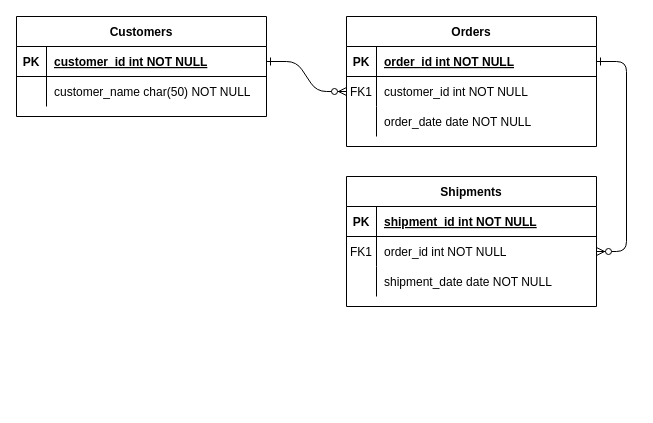
Earlier version of the draw.io diagram src/main/resources/Untitled Diagram.drawio (IgiranezaMichel/gold-mining-app-backend). Source tidied: cells renumbered, new cells numbered last; positions are measured from the earlier drawing's top-left corner, leaving out a move shared by most shapes. Both pictures are drawn from the tidied source at 100%, with x=0, y=0 at pixel (16, 16).
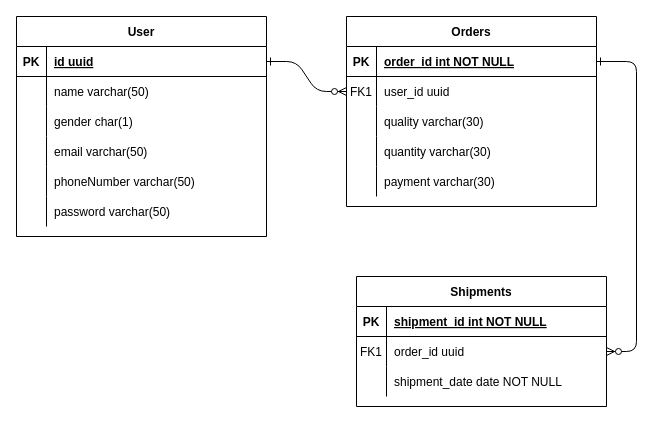
The same diagram, later.

Commit message:
add basic entities

The change refers to these unchanged cells:
```xml
<mxCell id="8" style="shape=partialRectangle;fillColor=none;points=[[0,0.5],[1,0.5]];portConstraint=eastwest;top=0;left=0;right=0;bottom=0;" parent="4" vertex="1">
  <mxGeometry y="60" width="250" height="30" as="geometry" />
</mxCell>
<mxCell id="11" style="shape=partialRectangle;fillColor=none;top=0;left=0;right=0;bottom=0;" parent="4" vertex="1">
  <mxGeometry y="90" width="250" height="30" as="geometry" />
</mxCell>
<mxCell id="18" style="shape=partialRectangle;fillColor=none;points=[[0,0.5],[1,0.5]];portConstraint=eastwest;top=0;left=0;right=0;bottom=0;" parent="14" vertex="1">
  <mxGeometry y="60" width="250" height="30" as="geometry" />
</mxCell>
<mxCell id="25" style="shape=partialRectangle;fillColor=none;points=[[0,0.5],[1,0.5]];portConstraint=eastwest;top=0;left=0;right=0;bottom=1;" parent="24" vertex="1">
  <mxGeometry y="30" width="250" height="30" as="geometry" />
</mxCell>
```

The edit, as a diff of the source:
```diff
@@
     <mxCell id="4" value="Orders" style="shape=table;startSize=30;childLayout=tableLayout;rowLines=0;fontStyle=1;align=center;" parent="1" vertex="1">
-      <mxGeometry x="330" width="250" height="130" as="geometry" />
+      <mxGeometry x="330" width="250" height="190" as="geometry" />
     </mxCell>
@@
-    <mxCell id="10" value="customer_id int NOT NULL" style="shape=partialRectangle;overflow=hidden;fillColor=none;top=0;left=0;bottom=0;right=0;align=left;spacingLeft=6;" parent="8" vertex="1">
+    <mxCell id="10" value="user_id uuid" style="shape=partialRectangle;overflow=hidden;fillColor=none;top=0;left=0;bottom=0;right=0;align=left;spacingLeft=6;" parent="8" vertex="1">
       <mxGeometry x="30" width="220" height="30" as="geometry" />
     </mxCell>
@@
-    <mxCell id="13" value="order_date date NOT NULL" style="shape=partialRectangle;overflow=hidden;fillColor=none;top=0;left=0;bottom=0;right=0;align=left;spacingLeft=6;" parent="11" vertex="1">
+    <mxCell id="13" value="quality varchar(30)" style="shape=partialRectangle;overflow=hidden;fillColor=none;top=0;left=0;bottom=0;right=0;align=left;spacingLeft=6;" parent="11" vertex="1">
       <mxGeometry x="30" width="220" height="30" as="geometry" />
     </mxCell>
+    <mxCell id="31" style="shape=partialRectangle;fillColor=none;top=0;left=0;right=0;bottom=0;" parent="4" vertex="1">
+      <mxGeometry y="120" width="250" height="30" as="geometry" />
+    </mxCell>
+    <mxCell id="32" style="shape=partialRectangle;overflow=hidden;fillColor=none;top=0;left=0;bottom=0;right=0;" parent="31" vertex="1">
+      <mxGeometry width="30" height="30" as="geometry" />
+    </mxCell>
+    <mxCell id="33" value="quantity varchar(30)" style="shape=partialRectangle;overflow=hidden;fillColor=none;top=0;left=0;bottom=0;right=0;align=left;spacingLeft=6;" parent="31" vertex="1">
+      <mxGeometry x="30" width="220" height="30" as="geometry" />
+    </mxCell>
+    <mxCell id="34" style="shape=partialRectangle;fillColor=none;top=0;left=0;right=0;bottom=0;" parent="4" vertex="1">
+      <mxGeometry y="150" width="250" height="30" as="geometry" />
+    </mxCell>
+    <mxCell id="35" style="shape=partialRectangle;overflow=hidden;fillColor=none;top=0;left=0;bottom=0;right=0;" parent="34" vertex="1">
+      <mxGeometry width="30" height="30" as="geometry" />
+    </mxCell>
+    <mxCell id="36" value="payment varchar(30)" style="shape=partialRectangle;overflow=hidden;fillColor=none;top=0;left=0;bottom=0;right=0;align=left;spacingLeft=6;" parent="34" vertex="1">
+      <mxGeometry x="30" width="220" height="30" as="geometry" />
+    </mxCell>
     <mxCell id="14" value="Shipments" style="shape=table;startSize=30;childLayout=tableLayout;rowLines=0;fontStyle=1;align=center;" parent="1" vertex="1">
-      <mxGeometry x="330" y="160" width="250" height="130" as="geometry" />
+      <mxGeometry x="340" y="260" width="250" height="130" as="geometry" />
     </mxCell>
@@
-    <mxCell id="20" value="order_id int NOT NULL" style="shape=partialRectangle;overflow=hidden;fillColor=none;top=0;left=0;bottom=0;right=0;align=left;spacingLeft=6;" parent="18" vertex="1">
+    <mxCell id="20" value="order_id uuid" style="shape=partialRectangle;overflow=hidden;fillColor=none;top=0;left=0;bottom=0;right=0;align=left;spacingLeft=6;" parent="18" vertex="1">
       <mxGeometry x="30" width="220" height="30" as="geometry" />
     </mxCell>
@@
-    <mxCell id="24" value="Customers" style="shape=table;startSize=30;childLayout=tableLayout;rowLines=0;fontStyle=1;align=center;" parent="1" vertex="1">
-      <mxGeometry width="250" height="100" as="geometry" />
+    <mxCell id="24" value="User" style="shape=table;startSize=30;childLayout=tableLayout;rowLines=0;fontStyle=1;align=center;" parent="1" vertex="1">
+      <mxGeometry width="250" height="220" as="geometry" />
     </mxCell>
@@
-    <mxCell id="27" value="customer_id int NOT NULL " style="shape=partialRectangle;overflow=hidden;fillColor=none;top=0;left=0;bottom=0;right=0;align=left;spacingLeft=6;fontStyle=5;" parent="25" vertex="1">
+    <mxCell id="27" value="id uuid" style="shape=partialRectangle;overflow=hidden;fillColor=none;top=0;left=0;bottom=0;right=0;align=left;spacingLeft=6;fontStyle=5;" parent="25" vertex="1">
       <mxGeometry x="30" width="220" height="30" as="geometry" />
     </mxCell>
+    <mxCell id="37" style="shape=partialRectangle;fillColor=none;top=0;left=0;right=0;bottom=0;" parent="24" vertex="1">
+      <mxGeometry y="60" width="250" height="30" as="geometry" />
+    </mxCell>
+    <mxCell id="38" style="shape=partialRectangle;overflow=hidden;fillColor=none;top=0;left=0;bottom=0;right=0;" parent="37" vertex="1">
+      <mxGeometry width="30" height="30" as="geometry" />
+    </mxCell>
+    <mxCell id="39" value="name varchar(50)" style="shape=partialRectangle;overflow=hidden;fillColor=none;top=0;left=0;bottom=0;right=0;align=left;spacingLeft=6;" parent="37" vertex="1">
+      <mxGeometry x="30" width="220" height="30" as="geometry" />
+    </mxCell>
+    <mxCell id="40" style="shape=partialRectangle;fillColor=none;top=0;left=0;right=0;bottom=0;" parent="24" vertex="1">
+      <mxGeometry y="90" width="250" height="30" as="geometry" />
+    </mxCell>
+    <mxCell id="41" style="shape=partialRectangle;overflow=hidden;fillColor=none;top=0;left=0;bottom=0;right=0;" parent="40" vertex="1">
+      <mxGeometry width="30" height="30" as="geometry" />
+    </mxCell>
+    <mxCell id="42" value="gender char(1)" style="shape=partialRectangle;overflow=hidden;fillColor=none;top=0;left=0;bottom=0;right=0;align=left;spacingLeft=6;" parent="40" vertex="1">
+      <mxGeometry x="30" width="220" height="30" as="geometry" />
+    </mxCell>
+    <mxCell id="43" style="shape=partialRectangle;fillColor=none;top=0;left=0;right=0;bottom=0;" parent="24" vertex="1">
+      <mxGeometry y="120" width="250" height="30" as="geometry" />
+    </mxCell>
+    <mxCell id="44" style="shape=partialRectangle;overflow=hidden;fillColor=none;top=0;left=0;bottom=0;right=0;" parent="43" vertex="1">
+      <mxGeometry width="30" height="30" as="geometry" />
+    </mxCell>
+    <mxCell id="45" value="email varchar(50)" style="shape=partialRectangle;overflow=hidden;fillColor=none;top=0;left=0;bottom=0;right=0;align=left;spacingLeft=6;" parent="43" vertex="1">
+      <mxGeometry x="30" width="220" height="30" as="geometry" />
+    </mxCell>
+    <mxCell id="46" style="shape=partialRectangle;fillColor=none;top=0;left=0;right=0;bottom=0;" parent="24" vertex="1">
+      <mxGeometry y="150" width="250" height="30" as="geometry" />
+    </mxCell>
+    <mxCell id="47" style="shape=partialRectangle;overflow=hidden;fillColor=none;top=0;left=0;bottom=0;right=0;" parent="46" vertex="1">
+      <mxGeometry width="30" height="30" as="geometry" />
+    </mxCell>
+    <mxCell id="48" value="phoneNumber varchar(50)" style="shape=partialRectangle;overflow=hidden;fillColor=none;top=0;left=0;bottom=0;right=0;align=left;spacingLeft=6;" parent="46" vertex="1">
+      <mxGeometry x="30" width="220" height="30" as="geometry" />
+    </mxCell>
     <mxCell id="28" style="shape=partialRectangle;fillColor=none;top=0;left=0;right=0;bottom=0;" parent="24" vertex="1">
-      <mxGeometry y="60" width="250" height="30" as="geometry" />
+      <mxGeometry y="180" width="250" height="30" as="geometry" />
     </mxCell>
@@
-    <mxCell id="30" value="customer_name char(50) NOT NULL" style="shape=partialRectangle;overflow=hidden;fillColor=none;top=0;left=0;bottom=0;right=0;align=left;spacingLeft=6;" parent="28" vertex="1">
+    <mxCell id="30" value="password varchar(50)" style="shape=partialRectangle;overflow=hidden;fillColor=none;top=0;left=0;bottom=0;right=0;align=left;spacingLeft=6;" parent="28" vertex="1">
       <mxGeometry x="30" width="220" height="30" as="geometry" />
     </mxCell>
```
